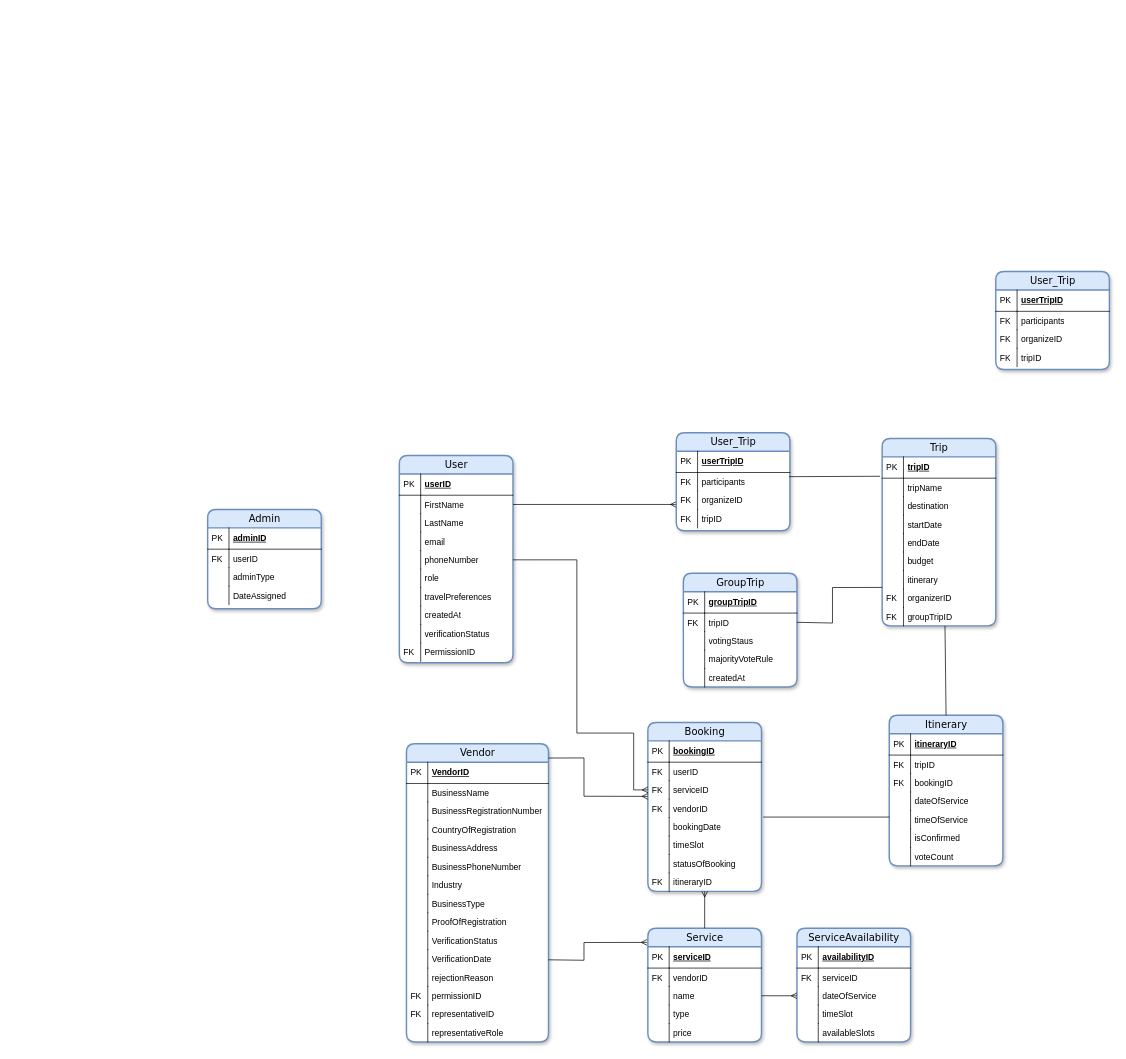
Earlier version of the draw.io diagram images/Untitled Diagram.drawio (AlaishAJohnson/VoyageSyncCapstone). Source tidied: cells renumbered, new cells numbered last; positions are measured from the earlier drawing's top-left corner, leaving out a move shared by most shapes. Both pictures are drawn from the tidied source at 71%, with x=0, y=0 at pixel (207, 271).
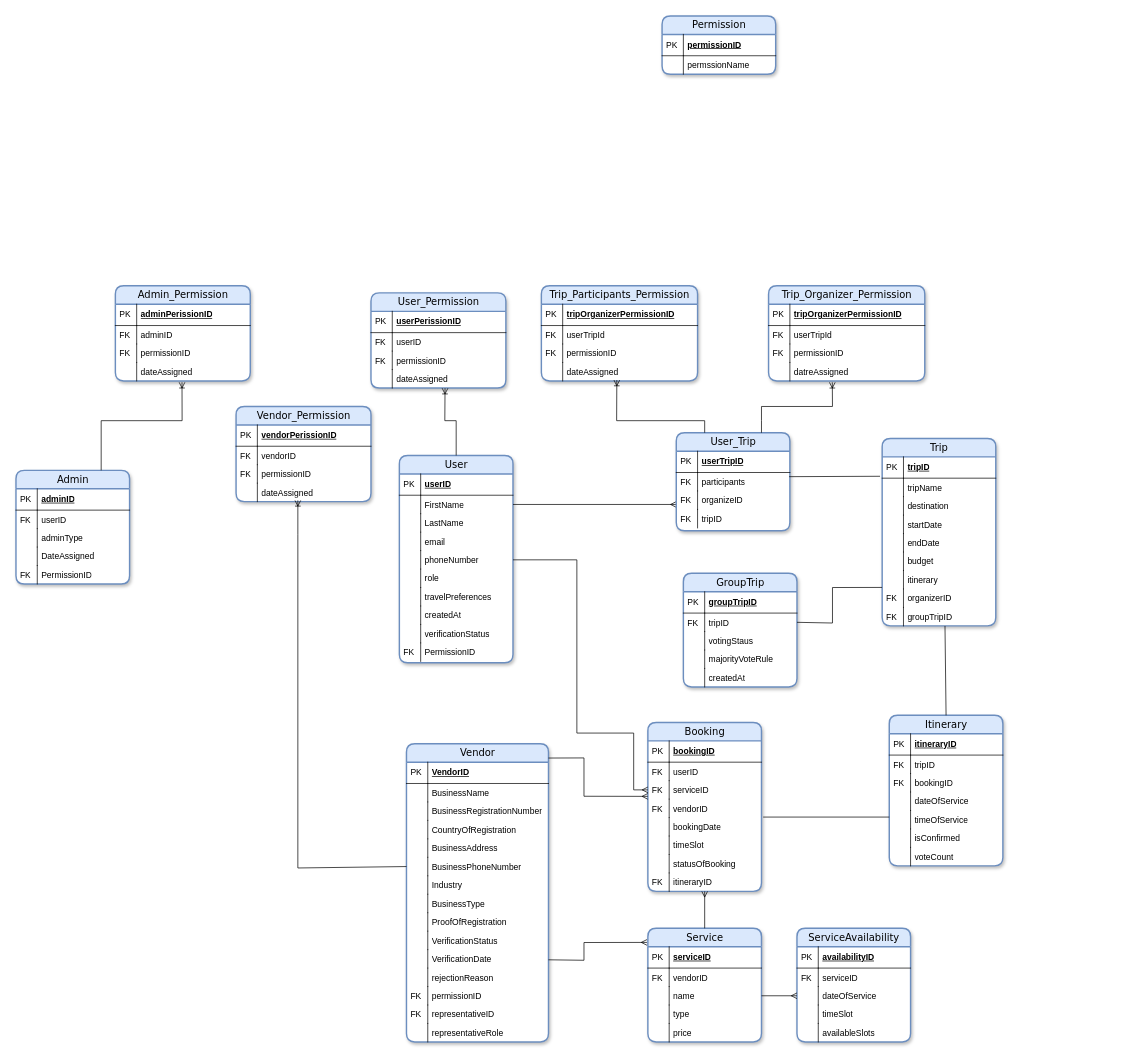
Above is the later version.

The change refers to these unchanged cells:
```xml
<mxCell id="2" value="User" style="swimlane;html=1;fontStyle=0;horizontal=1;startSize=26;fillColor=#dae8fc;swimlaneFillColor=default;align=center;rounded=1;shadow=1;comic=0;labelBackgroundColor=none;strokeWidth=2;fontFamily=Verdana;fontSize=14;strokeColor=#6c8ebf;glass=0;" parent="1" vertex="1">
  <mxGeometry x="270" y="259" width="160" height="292" as="geometry" />
</mxCell>
<mxCell id="34" value="BusinessPhoneNumber" style="shape=partialRectangle;top=0;left=0;right=0;bottom=0;html=1;align=left;verticalAlign=top;fillColor=none;spacingLeft=34;spacingRight=4;whiteSpace=wrap;overflow=hidden;points=[[0,0.5],[1,0.5]];portConstraint=eastwest;" parent="23" vertex="1">
  <mxGeometry y="160" width="200" height="26" as="geometry" />
</mxCell>
<mxCell id="126" value="User_Trip" style="swimlane;html=1;fontStyle=0;horizontal=1;startSize=26;fillColor=#dae8fc;swimlaneFillColor=#ffffff;align=center;rounded=1;shadow=1;comic=0;labelBackgroundColor=none;strokeWidth=2;fontFamily=Verdana;fontSize=14;strokeColor=#6c8ebf;" parent="1" vertex="1">
  <mxGeometry x="660" y="227" width="160" height="138" as="geometry" />
</mxCell>
```

Change to the diagram source:
```diff
@@
     <mxCell id="54" value="Admin" style="swimlane;html=1;fontStyle=0;horizontal=1;startSize=26;fillColor=#dae8fc;swimlaneFillColor=#ffffff;align=center;rounded=1;shadow=1;comic=0;labelBackgroundColor=none;strokeWidth=2;fontFamily=Verdana;fontSize=14;strokeColor=#6c8ebf;" parent="1" vertex="1">
-      <mxGeometry y="335" width="160" height="140" as="geometry" />
+      <mxGeometry x="-270" y="280" width="160" height="160" as="geometry" />
     </mxCell>
@@
+    <mxCell id="175" value="PermissionID" style="shape=partialRectangle;top=0;left=0;right=0;bottom=0;html=1;align=left;verticalAlign=top;fillColor=none;spacingLeft=34;spacingRight=4;whiteSpace=wrap;overflow=hidden;" parent="54" vertex="1">
+      <mxGeometry y="134" width="160" height="26" as="geometry" />
+    </mxCell>
+    <mxCell id="176" value="FK" style="shape=partialRectangle;top=0;left=0;bottom=0;html=1;fillColor=none;align=left;verticalAlign=top;spacingLeft=4;spacingRight=4;whiteSpace=wrap;overflow=hidden;" parent="175" vertex="1">
+      <mxGeometry width="30" height="26" as="geometry" />
+    </mxCell>
@@
-    <mxCell id="166" value="User_Trip" style="swimlane;html=1;fontStyle=0;horizontal=1;startSize=26;fillColor=#dae8fc;swimlaneFillColor=#ffffff;align=center;rounded=1;shadow=1;comic=0;labelBackgroundColor=none;strokeWidth=2;fontFamily=Verdana;fontSize=14;strokeColor=#6c8ebf;" parent="1" vertex="1">
-      <mxGeometry x="1110" width="160" height="138" as="geometry" />
+    <mxCell id="166" value="Trip_Organizer_Permission" style="swimlane;html=1;fontStyle=0;horizontal=1;startSize=26;fillColor=#dae8fc;swimlaneFillColor=#ffffff;align=center;rounded=1;shadow=1;comic=0;labelBackgroundColor=none;strokeWidth=2;fontFamily=Verdana;fontSize=14;strokeColor=#6c8ebf;" parent="1" vertex="1">
+      <mxGeometry x="790" y="20" width="220" height="134" as="geometry" />
     </mxCell>
-    <mxCell id="167" value="userTripID" style="shape=partialRectangle;top=0;left=0;right=0;bottom=1;html=1;align=left;verticalAlign=middle;fillColor=none;spacingLeft=34;spacingRight=4;whiteSpace=wrap;overflow=hidden;fontStyle=5;" parent="166" vertex="1">
-      <mxGeometry y="26" width="160" height="30" as="geometry" />
+    <mxCell id="167" value="tripOrganizerPermissionID" style="shape=partialRectangle;top=0;left=0;right=0;bottom=1;html=1;align=left;verticalAlign=middle;fillColor=none;spacingLeft=34;spacingRight=4;whiteSpace=wrap;overflow=hidden;fontStyle=5;" parent="166" vertex="1">
+      <mxGeometry y="26" width="220" height="30" as="geometry" />
     </mxCell>
@@
-    <mxCell id="169" value="participants" style="shape=partialRectangle;top=0;left=0;right=0;bottom=0;html=1;align=left;verticalAlign=top;fillColor=none;spacingLeft=34;spacingRight=4;whiteSpace=wrap;overflow=hidden;" parent="166" vertex="1">
-      <mxGeometry y="56" width="160" height="26" as="geometry" />
+    <mxCell id="169" value="userTripId" style="shape=partialRectangle;top=0;left=0;right=0;bottom=0;html=1;align=left;verticalAlign=top;fillColor=none;spacingLeft=34;spacingRight=4;whiteSpace=wrap;overflow=hidden;" parent="166" vertex="1">
+      <mxGeometry y="56" width="220" height="26" as="geometry" />
     </mxCell>
@@
-    <mxCell id="171" value="organizeID" style="shape=partialRectangle;top=0;left=0;right=0;bottom=0;html=1;align=left;verticalAlign=top;fillColor=none;spacingLeft=34;spacingRight=4;whiteSpace=wrap;overflow=hidden;" parent="166" vertex="1">
-      <mxGeometry y="82" width="160" height="26" as="geometry" />
-    </mxCell>
-    <mxCell id="172" value="FK" style="shape=partialRectangle;top=0;left=0;bottom=0;html=1;fillColor=none;align=left;verticalAlign=top;spacingLeft=4;spacingRight=4;whiteSpace=wrap;overflow=hidden;" parent="171" vertex="1">
-      <mxGeometry width="30" height="26" as="geometry" />
-    </mxCell>
-    <mxCell id="173" value="tripID" style="shape=partialRectangle;top=0;left=0;right=0;bottom=0;html=1;align=left;verticalAlign=top;fillColor=none;spacingLeft=34;spacingRight=4;whiteSpace=wrap;overflow=hidden;" parent="166" vertex="1">
-      <mxGeometry y="108" width="160" height="26" as="geometry" />
+    <mxCell id="173" value="permissionID" style="shape=partialRectangle;top=0;left=0;right=0;bottom=0;html=1;align=left;verticalAlign=top;fillColor=none;spacingLeft=34;spacingRight=4;whiteSpace=wrap;overflow=hidden;" parent="166" vertex="1">
+      <mxGeometry y="82" width="220" height="26" as="geometry" />
     </mxCell>
@@
+    <mxCell id="177" value="datreAssigned" style="shape=partialRectangle;top=0;left=0;right=0;bottom=0;html=1;align=left;verticalAlign=top;fillColor=none;spacingLeft=34;spacingRight=4;whiteSpace=wrap;overflow=hidden;points=[[0,0.5],[1,0.5]];portConstraint=eastwest;" parent="166" vertex="1">
+      <mxGeometry y="108" width="220" height="26" as="geometry" />
+    </mxCell>
+    <mxCell id="178" style="shape=partialRectangle;top=0;left=0;bottom=0;html=1;fillColor=none;align=left;verticalAlign=top;spacingLeft=4;spacingRight=4;whiteSpace=wrap;overflow=hidden;" parent="177" vertex="1">
+      <mxGeometry width="30" height="26" as="geometry" />
+    </mxCell>
+    <mxCell id="179" value="Permission" style="swimlane;html=1;fontStyle=0;horizontal=1;startSize=26;fillColor=#dae8fc;swimlaneFillColor=#ffffff;align=center;rounded=1;shadow=1;comic=0;labelBackgroundColor=none;strokeWidth=2;fontFamily=Verdana;fontSize=14;strokeColor=#6c8ebf;" parent="1" vertex="1">
+      <mxGeometry x="640" y="-360" width="160" height="82" as="geometry" />
+    </mxCell>
+    <mxCell id="180" value="permissionID" style="shape=partialRectangle;top=0;left=0;right=0;bottom=1;html=1;align=left;verticalAlign=middle;fillColor=none;spacingLeft=34;spacingRight=4;whiteSpace=wrap;overflow=hidden;fontStyle=5;" parent="179" vertex="1">
+      <mxGeometry y="26" width="160" height="30" as="geometry" />
+    </mxCell>
+    <mxCell id="181" value="PK" style="shape=partialRectangle;top=0;left=0;bottom=0;html=1;fillColor=none;align=left;verticalAlign=middle;spacingLeft=4;spacingRight=4;whiteSpace=wrap;overflow=hidden;" parent="180" vertex="1">
+      <mxGeometry width="30" height="30" as="geometry" />
+    </mxCell>
+    <mxCell id="182" value="permssionName" style="shape=partialRectangle;top=0;left=0;right=0;bottom=0;html=1;align=left;verticalAlign=top;fillColor=none;spacingLeft=34;spacingRight=4;whiteSpace=wrap;overflow=hidden;" parent="179" vertex="1">
+      <mxGeometry y="56" width="160" height="26" as="geometry" />
+    </mxCell>
+    <mxCell id="183" style="shape=partialRectangle;top=0;left=0;bottom=0;html=1;fillColor=none;align=left;verticalAlign=top;spacingLeft=4;spacingRight=4;whiteSpace=wrap;overflow=hidden;" parent="182" vertex="1">
+      <mxGeometry width="30" height="26" as="geometry" />
+    </mxCell>
+    <mxCell id="184" value="Trip_Participants_Permission" style="swimlane;html=1;fontStyle=0;horizontal=1;startSize=26;fillColor=#dae8fc;swimlaneFillColor=#ffffff;align=center;rounded=1;shadow=1;comic=0;labelBackgroundColor=none;strokeWidth=2;fontFamily=Verdana;fontSize=14;strokeColor=#6c8ebf;" parent="1" vertex="1">
+      <mxGeometry x="470" y="20" width="220" height="134" as="geometry" />
+    </mxCell>
+    <mxCell id="185" value="tripOrganizerPermissionID" style="shape=partialRectangle;top=0;left=0;right=0;bottom=1;html=1;align=left;verticalAlign=middle;fillColor=none;spacingLeft=34;spacingRight=4;whiteSpace=wrap;overflow=hidden;fontStyle=5;" parent="184" vertex="1">
+      <mxGeometry y="26" width="220" height="30" as="geometry" />
+    </mxCell>
+    <mxCell id="186" value="PK" style="shape=partialRectangle;top=0;left=0;bottom=0;html=1;fillColor=none;align=left;verticalAlign=middle;spacingLeft=4;spacingRight=4;whiteSpace=wrap;overflow=hidden;" parent="185" vertex="1">
+      <mxGeometry width="30" height="30" as="geometry" />
+    </mxCell>
+    <mxCell id="187" value="userTripId" style="shape=partialRectangle;top=0;left=0;right=0;bottom=0;html=1;align=left;verticalAlign=top;fillColor=none;spacingLeft=34;spacingRight=4;whiteSpace=wrap;overflow=hidden;" parent="184" vertex="1">
+      <mxGeometry y="56" width="220" height="26" as="geometry" />
+    </mxCell>
+    <mxCell id="188" value="FK" style="shape=partialRectangle;top=0;left=0;bottom=0;html=1;fillColor=none;align=left;verticalAlign=top;spacingLeft=4;spacingRight=4;whiteSpace=wrap;overflow=hidden;" parent="187" vertex="1">
+      <mxGeometry width="30" height="26" as="geometry" />
+    </mxCell>
+    <mxCell id="189" value="permissionID" style="shape=partialRectangle;top=0;left=0;right=0;bottom=0;html=1;align=left;verticalAlign=top;fillColor=none;spacingLeft=34;spacingRight=4;whiteSpace=wrap;overflow=hidden;" parent="184" vertex="1">
+      <mxGeometry y="82" width="220" height="26" as="geometry" />
+    </mxCell>
+    <mxCell id="190" value="FK" style="shape=partialRectangle;top=0;left=0;bottom=0;html=1;fillColor=none;align=left;verticalAlign=top;spacingLeft=4;spacingRight=4;whiteSpace=wrap;overflow=hidden;" parent="189" vertex="1">
+      <mxGeometry width="30" height="26" as="geometry" />
+    </mxCell>
+    <mxCell id="191" value="dateAssigned" style="shape=partialRectangle;top=0;left=0;right=0;bottom=0;html=1;align=left;verticalAlign=top;fillColor=none;spacingLeft=34;spacingRight=4;whiteSpace=wrap;overflow=hidden;points=[[0,0.5],[1,0.5]];portConstraint=eastwest;" parent="184" vertex="1">
+      <mxGeometry y="108" width="220" height="26" as="geometry" />
+    </mxCell>
+    <mxCell id="192" style="shape=partialRectangle;top=0;left=0;bottom=0;html=1;fillColor=none;align=left;verticalAlign=top;spacingLeft=4;spacingRight=4;whiteSpace=wrap;overflow=hidden;" parent="191" vertex="1">
+      <mxGeometry width="30" height="26" as="geometry" />
+    </mxCell>
+    <mxCell id="193" style="endArrow=ERoneToMany;html=1;rounded=0;exitX=0.25;exitY=0;exitDx=0;exitDy=0;entryX=0.483;entryY=0.957;entryDx=0;entryDy=0;entryPerimeter=0;endFill=0;" parent="1" edge="1" source="126" target="191">
+      <mxGeometry relative="1" as="geometry">
+        <Array as="points">
+          <mxPoint x="700" y="210" />
+          <mxPoint x="576" y="210" />
+        </Array>
+      </mxGeometry>
+    </mxCell>
+    <mxCell id="194" style="endArrow=ERoneToMany;html=1;rounded=0;entryX=0.408;entryY=1.078;entryDx=0;entryDy=0;entryPerimeter=0;endFill=0;exitX=0.75;exitY=0;exitDx=0;exitDy=0;" parent="1" edge="1" source="126" target="177">
+      <mxGeometry relative="1" as="geometry">
+        <Array as="points">
+          <mxPoint x="780" y="210" />
+          <mxPoint x="780" y="190" />
+          <mxPoint x="880" y="190" />
+        </Array>
+      </mxGeometry>
+    </mxCell>
+    <mxCell id="195" value="Admin_Permission" style="swimlane;html=1;fontStyle=0;horizontal=1;startSize=26;fillColor=#dae8fc;swimlaneFillColor=#ffffff;align=center;rounded=1;shadow=1;comic=0;labelBackgroundColor=none;strokeWidth=2;fontFamily=Verdana;fontSize=14;strokeColor=#6c8ebf;" parent="1" vertex="1">
+      <mxGeometry x="-130" y="20" width="190" height="134" as="geometry" />
+    </mxCell>
+    <mxCell id="196" value="adminPerissionID" style="shape=partialRectangle;top=0;left=0;right=0;bottom=1;html=1;align=left;verticalAlign=middle;fillColor=none;spacingLeft=34;spacingRight=4;whiteSpace=wrap;overflow=hidden;fontStyle=5;" parent="195" vertex="1">
+      <mxGeometry y="26" width="190" height="30" as="geometry" />
+    </mxCell>
+    <mxCell id="197" value="PK" style="shape=partialRectangle;top=0;left=0;bottom=0;html=1;fillColor=none;align=left;verticalAlign=middle;spacingLeft=4;spacingRight=4;whiteSpace=wrap;overflow=hidden;" parent="196" vertex="1">
+      <mxGeometry width="30" height="30" as="geometry" />
+    </mxCell>
+    <mxCell id="198" value="adminID" style="shape=partialRectangle;top=0;left=0;right=0;bottom=0;html=1;align=left;verticalAlign=top;fillColor=none;spacingLeft=34;spacingRight=4;whiteSpace=wrap;overflow=hidden;" parent="195" vertex="1">
+      <mxGeometry y="56" width="190" height="26" as="geometry" />
+    </mxCell>
+    <mxCell id="199" value="FK" style="shape=partialRectangle;top=0;left=0;bottom=0;html=1;fillColor=none;align=left;verticalAlign=top;spacingLeft=4;spacingRight=4;whiteSpace=wrap;overflow=hidden;" parent="198" vertex="1">
+      <mxGeometry width="30" height="26" as="geometry" />
+    </mxCell>
+    <mxCell id="200" value="permissionID" style="shape=partialRectangle;top=0;left=0;right=0;bottom=0;html=1;align=left;verticalAlign=top;fillColor=none;spacingLeft=34;spacingRight=4;whiteSpace=wrap;overflow=hidden;" parent="195" vertex="1">
+      <mxGeometry y="82" width="190" height="26" as="geometry" />
+    </mxCell>
+    <mxCell id="201" value="FK" style="shape=partialRectangle;top=0;left=0;bottom=0;html=1;fillColor=none;align=left;verticalAlign=top;spacingLeft=4;spacingRight=4;whiteSpace=wrap;overflow=hidden;" parent="200" vertex="1">
+      <mxGeometry width="30" height="26" as="geometry" />
+    </mxCell>
+    <mxCell id="202" value="dateAssigned" style="shape=partialRectangle;top=0;left=0;right=0;bottom=0;html=1;align=left;verticalAlign=top;fillColor=none;spacingLeft=34;spacingRight=4;whiteSpace=wrap;overflow=hidden;points=[[0,0.5],[1,0.5]];portConstraint=eastwest;" parent="195" vertex="1">
+      <mxGeometry y="108" width="190" height="26" as="geometry" />
+    </mxCell>
+    <mxCell id="203" style="shape=partialRectangle;top=0;left=0;bottom=0;html=1;fillColor=none;align=left;verticalAlign=top;spacingLeft=4;spacingRight=4;whiteSpace=wrap;overflow=hidden;" parent="202" vertex="1">
+      <mxGeometry width="30" height="26" as="geometry" />
+    </mxCell>
+    <mxCell id="204" style="endArrow=ERoneToMany;html=1;rounded=0;exitX=0.75;exitY=0;exitDx=0;exitDy=0;entryX=0.494;entryY=1.076;entryDx=0;entryDy=0;entryPerimeter=0;endFill=0;" parent="1" edge="1" source="54" target="202">
+      <mxGeometry relative="1" as="geometry">
+        <Array as="points">
+          <mxPoint x="-150" y="210" />
+          <mxPoint x="-36" y="210" />
+        </Array>
+      </mxGeometry>
+    </mxCell>
+    <mxCell id="205" value="User_Permission" style="swimlane;html=1;fontStyle=0;horizontal=1;startSize=26;fillColor=#dae8fc;swimlaneFillColor=#ffffff;align=center;rounded=1;shadow=1;comic=0;labelBackgroundColor=none;strokeWidth=2;fontFamily=Verdana;fontSize=14;strokeColor=#6c8ebf;" parent="1" vertex="1">
+      <mxGeometry x="230" y="30" width="190" height="134" as="geometry" />
+    </mxCell>
+    <mxCell id="206" value="userPerissionID" style="shape=partialRectangle;top=0;left=0;right=0;bottom=1;html=1;align=left;verticalAlign=middle;fillColor=none;spacingLeft=34;spacingRight=4;whiteSpace=wrap;overflow=hidden;fontStyle=5;" parent="205" vertex="1">
+      <mxGeometry y="26" width="190" height="30" as="geometry" />
+    </mxCell>
+    <mxCell id="207" value="PK" style="shape=partialRectangle;top=0;left=0;bottom=0;html=1;fillColor=none;align=left;verticalAlign=middle;spacingLeft=4;spacingRight=4;whiteSpace=wrap;overflow=hidden;" parent="206" vertex="1">
+      <mxGeometry width="30" height="30" as="geometry" />
+    </mxCell>
+    <mxCell id="208" value="userID" style="shape=partialRectangle;top=0;left=0;right=0;bottom=0;html=1;align=left;verticalAlign=top;fillColor=none;spacingLeft=34;spacingRight=4;whiteSpace=wrap;overflow=hidden;" parent="205" vertex="1">
+      <mxGeometry y="56" width="190" height="26" as="geometry" />
+    </mxCell>
+    <mxCell id="209" value="FK" style="shape=partialRectangle;top=0;left=0;bottom=0;html=1;fillColor=none;align=left;verticalAlign=top;spacingLeft=4;spacingRight=4;whiteSpace=wrap;overflow=hidden;" parent="208" vertex="1">
+      <mxGeometry width="30" height="26" as="geometry" />
+    </mxCell>
+    <mxCell id="210" value="permissionID" style="shape=partialRectangle;top=0;left=0;right=0;bottom=0;html=1;align=left;verticalAlign=top;fillColor=none;spacingLeft=34;spacingRight=4;whiteSpace=wrap;overflow=hidden;" parent="205" vertex="1">
+      <mxGeometry y="82" width="190" height="26" as="geometry" />
+    </mxCell>
+    <mxCell id="211" value="FK" style="shape=partialRectangle;top=0;left=0;bottom=0;html=1;fillColor=none;align=left;verticalAlign=top;spacingLeft=4;spacingRight=4;whiteSpace=wrap;overflow=hidden;" parent="210" vertex="1">
+      <mxGeometry width="30" height="26" as="geometry" />
+    </mxCell>
+    <mxCell id="212" value="dateAssigned" style="shape=partialRectangle;top=0;left=0;right=0;bottom=0;html=1;align=left;verticalAlign=top;fillColor=none;spacingLeft=34;spacingRight=4;whiteSpace=wrap;overflow=hidden;points=[[0,0.5],[1,0.5]];portConstraint=eastwest;" parent="205" vertex="1">
+      <mxGeometry y="108" width="190" height="26" as="geometry" />
+    </mxCell>
+    <mxCell id="213" style="shape=partialRectangle;top=0;left=0;bottom=0;html=1;fillColor=none;align=left;verticalAlign=top;spacingLeft=4;spacingRight=4;whiteSpace=wrap;overflow=hidden;" parent="212" vertex="1">
+      <mxGeometry width="30" height="26" as="geometry" />
+    </mxCell>
+    <mxCell id="214" style="endArrow=ERoneToMany;html=1;rounded=0;exitX=0.5;exitY=0;exitDx=0;exitDy=0;entryX=0.549;entryY=1.013;entryDx=0;entryDy=0;entryPerimeter=0;endFill=0;" parent="1" edge="1" source="2" target="212">
+      <mxGeometry relative="1" as="geometry">
+        <Array as="points">
+          <mxPoint x="350" y="210" />
+          <mxPoint x="334" y="210" />
+        </Array>
+      </mxGeometry>
+    </mxCell>
+    <mxCell id="215" value="Vendor_Permission" style="swimlane;html=1;fontStyle=0;horizontal=1;startSize=26;fillColor=#dae8fc;swimlaneFillColor=#ffffff;align=center;rounded=1;shadow=1;comic=0;labelBackgroundColor=none;strokeWidth=2;fontFamily=Verdana;fontSize=14;strokeColor=#6c8ebf;" parent="1" vertex="1">
+      <mxGeometry x="40" y="190" width="190" height="134" as="geometry" />
+    </mxCell>
+    <mxCell id="216" value="vendorPerissionID" style="shape=partialRectangle;top=0;left=0;right=0;bottom=1;html=1;align=left;verticalAlign=middle;fillColor=none;spacingLeft=34;spacingRight=4;whiteSpace=wrap;overflow=hidden;fontStyle=5;" parent="215" vertex="1">
+      <mxGeometry y="26" width="190" height="30" as="geometry" />
+    </mxCell>
+    <mxCell id="217" value="PK" style="shape=partialRectangle;top=0;left=0;bottom=0;html=1;fillColor=none;align=left;verticalAlign=middle;spacingLeft=4;spacingRight=4;whiteSpace=wrap;overflow=hidden;" parent="216" vertex="1">
+      <mxGeometry width="30" height="30" as="geometry" />
+    </mxCell>
+    <mxCell id="218" value="vendorID" style="shape=partialRectangle;top=0;left=0;right=0;bottom=0;html=1;align=left;verticalAlign=top;fillColor=none;spacingLeft=34;spacingRight=4;whiteSpace=wrap;overflow=hidden;" parent="215" vertex="1">
+      <mxGeometry y="56" width="190" height="26" as="geometry" />
+    </mxCell>
+    <mxCell id="219" value="FK" style="shape=partialRectangle;top=0;left=0;bottom=0;html=1;fillColor=none;align=left;verticalAlign=top;spacingLeft=4;spacingRight=4;whiteSpace=wrap;overflow=hidden;" parent="218" vertex="1">
+      <mxGeometry width="30" height="26" as="geometry" />
+    </mxCell>
+    <mxCell id="220" value="permissionID" style="shape=partialRectangle;top=0;left=0;right=0;bottom=0;html=1;align=left;verticalAlign=top;fillColor=none;spacingLeft=34;spacingRight=4;whiteSpace=wrap;overflow=hidden;" parent="215" vertex="1">
+      <mxGeometry y="82" width="190" height="26" as="geometry" />
+    </mxCell>
+    <mxCell id="221" value="FK" style="shape=partialRectangle;top=0;left=0;bottom=0;html=1;fillColor=none;align=left;verticalAlign=top;spacingLeft=4;spacingRight=4;whiteSpace=wrap;overflow=hidden;" parent="220" vertex="1">
+      <mxGeometry width="30" height="26" as="geometry" />
+    </mxCell>
+    <mxCell id="222" value="dateAssigned" style="shape=partialRectangle;top=0;left=0;right=0;bottom=0;html=1;align=left;verticalAlign=top;fillColor=none;spacingLeft=34;spacingRight=4;whiteSpace=wrap;overflow=hidden;points=[[0,0.5],[1,0.5]];portConstraint=eastwest;" parent="215" vertex="1">
+      <mxGeometry y="108" width="190" height="26" as="geometry" />
+    </mxCell>
+    <mxCell id="223" style="shape=partialRectangle;top=0;left=0;bottom=0;html=1;fillColor=none;align=left;verticalAlign=top;spacingLeft=4;spacingRight=4;whiteSpace=wrap;overflow=hidden;" parent="222" vertex="1">
+      <mxGeometry width="30" height="26" as="geometry" />
+    </mxCell>
+    <mxCell id="224" style="endArrow=ERoneToMany;html=1;rounded=0;exitX=0;exitY=0.5;exitDx=0;exitDy=0;endFill=0;entryX=0.458;entryY=0.936;entryDx=0;entryDy=0;entryPerimeter=0;" parent="1" edge="1" source="34" target="222">
+      <mxGeometry relative="1" as="geometry">
+        <Array as="points">
+          <mxPoint x="127" y="840" />
+          <mxPoint x="127" y="370" />
+        </Array>
+      </mxGeometry>
+    </mxCell>
```
